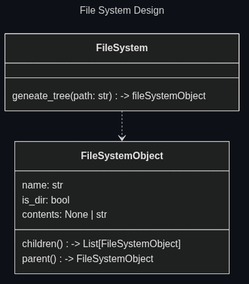
The Mermaid diagram docs/assets/mermaid/fs_design.png in Oldranda1414/AutoDev, before a commit. Its source is kept beside it as docs/assets/src/fs_design.mmd.
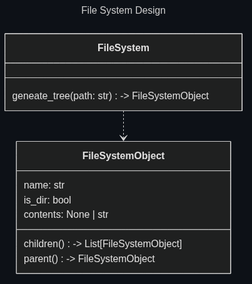
Above is the later version.

Change to the diagram source:
```diff
@@ -3,7 +3,7 @@
 ---
 classDiagram
     class FileSystem {
-        geneate_tree(path: str) -> fileSystemObject
+        geneate_tree(path: str) -> FileSystemObject
     }
 
     class FileSystemObject {
```
